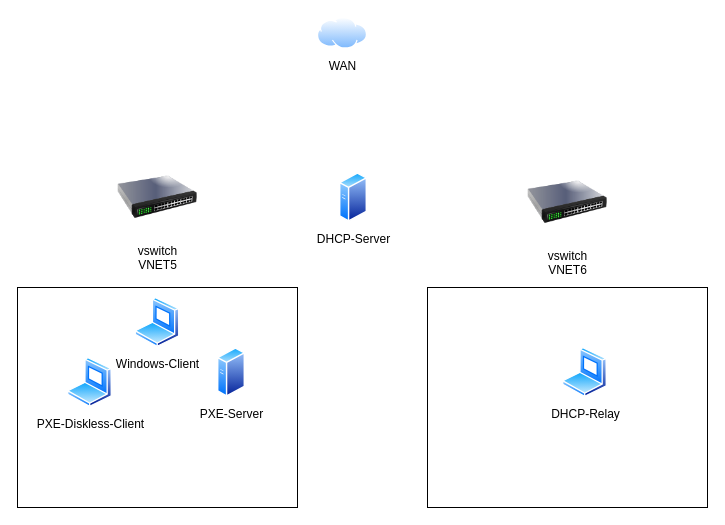
Above: docs/drawio/netzwerkschama_m300_dns.drawio in Sephley/docs (draw.io), before the change. Source tidied: cells renumbered, new cells numbered last; positions are measured from the earlier drawing's top-left corner, leaving out a move shared by most shapes. Both pictures are drawn from the tidied source at 100%, with x=0, y=0 at pixel (17, 17).
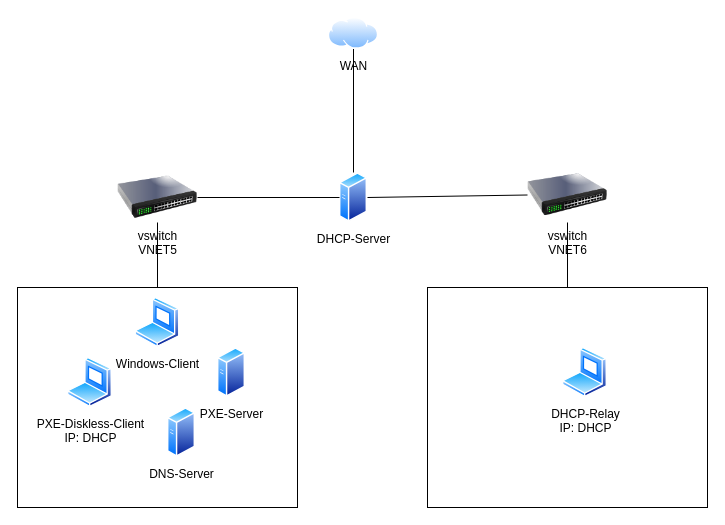
The same diagram, later.

What changed in the source:
```diff
@@
 <mxGraphModel>
   <root>
     <mxCell id="0" />
     <mxCell id="1" parent="0" />
     <mxCell id="2" style="rounded=0;whiteSpace=wrap;html=1;" parent="1" vertex="1">
       <mxGeometry x="410" y="270" width="280" height="220" as="geometry" />
     </mxCell>
     <mxCell id="3" style="rounded=0;whiteSpace=wrap;html=1;" parent="1" vertex="1">
       <mxGeometry y="270" width="280" height="220" as="geometry" />
     </mxCell>
     <mxCell id="4" value="WAN" style="image;perimeter=ellipsePerimeter;html=1;align=center;shadow=0;dashed=0;spacingTop=3;image=img/lib/active_directory/internet_cloud.svg;" parent="1" vertex="1">
-      <mxGeometry x="300" width="50" height="31.5" as="geometry" />
+      <mxGeometry x="311" width="50" height="31.5" as="geometry" />
     </mxCell>
     <mxCell id="5" value="vswitch&lt;br&gt;VNET5" style="image;html=1;image=img/lib/clip_art/networking/Switch_128x128.png;" parent="1" vertex="1">
-      <mxGeometry x="100" y="140" width="80" height="80" as="geometry" />
+      <mxGeometry x="100" y="155" width="80" height="50" as="geometry" />
     </mxCell>
     <mxCell id="6" value="vswitch&lt;br&gt;VNET6" style="image;html=1;image=img/lib/clip_art/networking/Switch_128x128.png;" parent="1" vertex="1">
-      <mxGeometry x="510" y="145" width="80" height="80" as="geometry" />
+      <mxGeometry x="510" y="150" width="80" height="55" as="geometry" />
     </mxCell>
-    <mxCell id="7" value="PXE-Diskless-Client" style="image;perimeter=ellipsePerimeter;html=1;align=center;shadow=0;dashed=0;spacingTop=3;image=img/lib/active_directory/laptop_client.svg;" parent="1" vertex="1">
+    <mxCell id="7" value="PXE-Diskless-Client&lt;div&gt;IP: DHCP&lt;/div&gt;" style="image;perimeter=ellipsePerimeter;html=1;align=center;shadow=0;dashed=0;spacingTop=3;image=img/lib/active_directory/laptop_client.svg;" parent="1" vertex="1">
       <mxGeometry x="50" y="340" width="45" height="50" as="geometry" />
     </mxCell>
-    <mxCell id="8" value="DHCP-Relay" style="image;perimeter=ellipsePerimeter;html=1;align=center;shadow=0;dashed=0;spacingTop=3;image=img/lib/active_directory/laptop_client.svg;" parent="1" vertex="1">
+    <mxCell id="8" value="DHCP-Relay&lt;div&gt;IP: DHCP&lt;/div&gt;" style="image;perimeter=ellipsePerimeter;html=1;align=center;shadow=0;dashed=0;spacingTop=3;image=img/lib/active_directory/laptop_client.svg;" parent="1" vertex="1">
       <mxGeometry x="545" y="330" width="45" height="50" as="geometry" />
     </mxCell>
     <mxCell id="9" value="PXE-Server" style="image;perimeter=ellipsePerimeter;html=1;align=center;shadow=0;dashed=0;spacingTop=3;image=img/lib/active_directory/generic_server.svg;" parent="1" vertex="1">
       <mxGeometry x="200" y="330" width="28" height="50" as="geometry" />
     </mxCell>
     <mxCell id="10" value="DHCP-Server" style="image;perimeter=ellipsePerimeter;html=1;align=center;shadow=0;dashed=0;spacingTop=3;image=img/lib/active_directory/generic_server.svg;" parent="1" vertex="1">
       <mxGeometry x="322" y="155" width="28" height="50" as="geometry" />
     </mxCell>
     <mxCell id="11" value="Windows-Client" style="image;perimeter=ellipsePerimeter;html=1;align=center;shadow=0;dashed=0;spacingTop=3;image=img/lib/active_directory/laptop_client.svg;" parent="1" vertex="1">
       <mxGeometry x="117.5" y="280" width="45" height="50" as="geometry" />
     </mxCell>
+    <mxCell id="12" style="endArrow=none;html=1;rounded=0;exitX=0.5;exitY=0;exitDx=0;exitDy=0;" parent="1" edge="1" source="3" target="5">
+      <mxGeometry relative="1" as="geometry" />
+    </mxCell>
+    <mxCell id="13" style="endArrow=none;html=1;rounded=0;exitX=1;exitY=0.5;exitDx=0;exitDy=0;entryX=0;entryY=0.5;entryDx=0;entryDy=0;" parent="1" edge="1" source="5" target="10">
+      <mxGeometry relative="1" as="geometry" />
+    </mxCell>
+    <mxCell id="14" style="endArrow=none;html=1;rounded=0;exitX=1;exitY=0.5;exitDx=0;exitDy=0;entryX=0;entryY=0.5;entryDx=0;entryDy=0;" parent="1" edge="1" source="10" target="6">
+      <mxGeometry relative="1" as="geometry" />
+    </mxCell>
+    <mxCell id="15" style="endArrow=none;html=1;rounded=0;exitX=0.5;exitY=0;exitDx=0;exitDy=0;" parent="1" edge="1" source="2" target="6">
+      <mxGeometry relative="1" as="geometry" />
+    </mxCell>
+    <mxCell id="16" style="endArrow=none;html=1;rounded=0;exitX=0.5;exitY=0;exitDx=0;exitDy=0;entryX=0.5;entryY=1;entryDx=0;entryDy=0;" parent="1" edge="1" source="10" target="4">
+      <mxGeometry relative="1" as="geometry" />
+    </mxCell>
+    <mxCell id="17" value="DNS-Server" style="image;perimeter=ellipsePerimeter;html=1;align=center;shadow=0;dashed=0;spacingTop=3;image=img/lib/active_directory/generic_server.svg;" parent="1" vertex="1">
+      <mxGeometry x="150" y="390" width="28" height="50" as="geometry" />
+    </mxCell>
   </root>
 </mxGraphModel>
```
